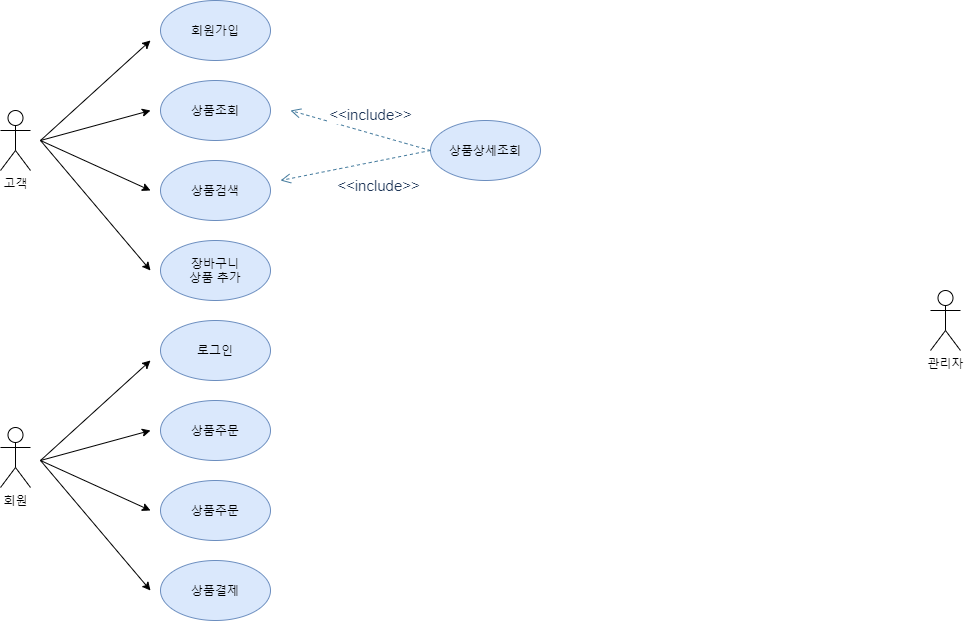
Before: Actor Diagram.png, a diagram exported from draw.io (osiris0607/Project). Source tidied: cells renumbered, new cells last; positions are measured from the earlier drawing's top-left corner, leaving out a move shared by most shapes.
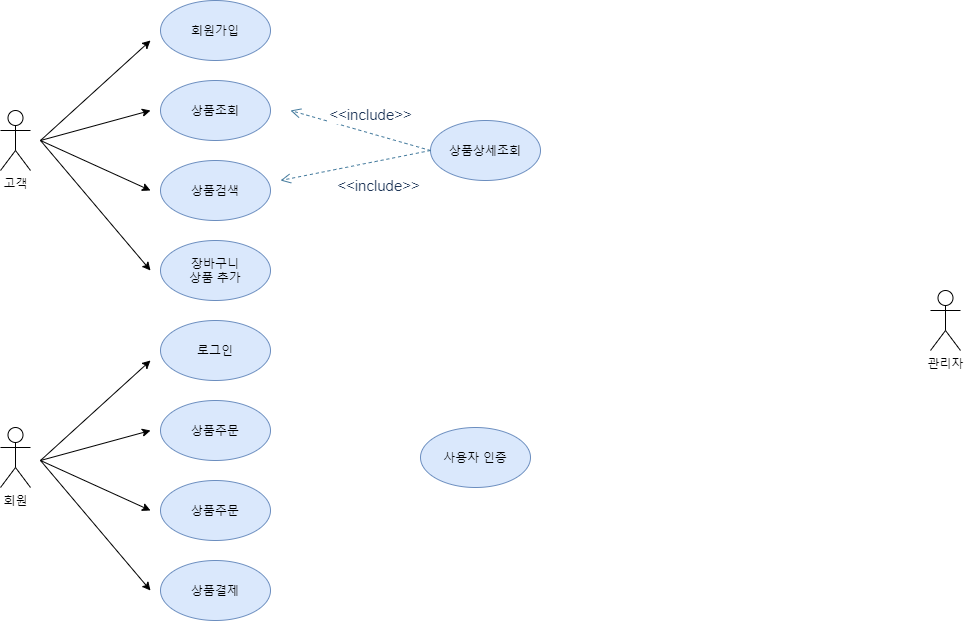
Later version of the same file.

Diff of the diagram source:
```diff
@@ -98,5 +98,8 @@
         <mxPoint y="1" as="offset" />
       </mxGeometry>
     </mxCell>
+    <mxCell id="24" value="사용자 인증" style="ellipse;whiteSpace=wrap;html=1;fillColor=#dae8fc;strokeColor=#6c8ebf;" parent="1" vertex="1">
+      <mxGeometry x="420" y="427" width="110" height="60" as="geometry" />
+    </mxCell>
   </root>
 </mxGraphModel>
```
